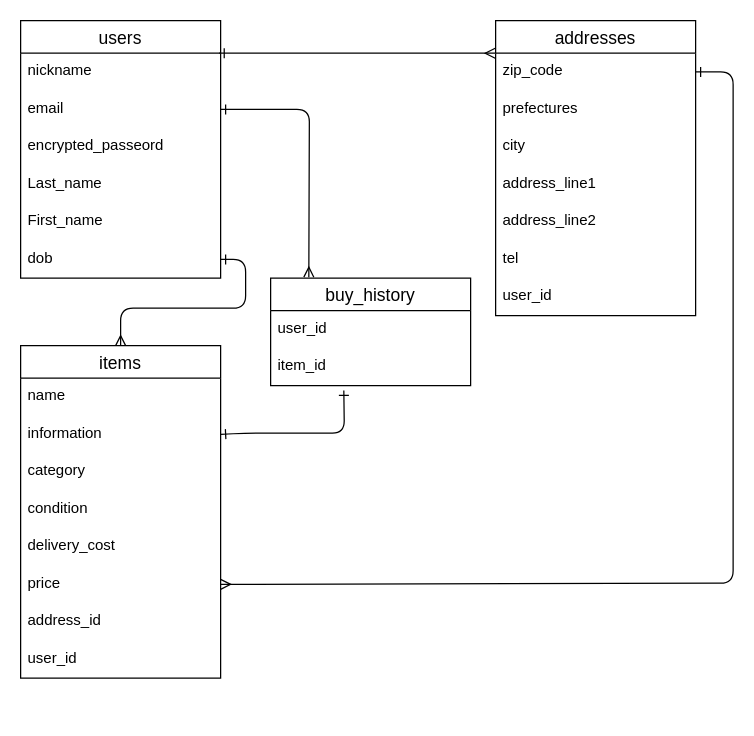
The draw.io diagram furima.dio in komachihashimoto/furima-_39946, before the edit. Source tidied: cells renumbered, new cells numbered last; positions are measured from the earlier drawing's top-left corner, leaving out a move shared by most shapes. Both pictures are drawn from the tidied source at 125%, with x=0, y=0 at pixel (20, 20).
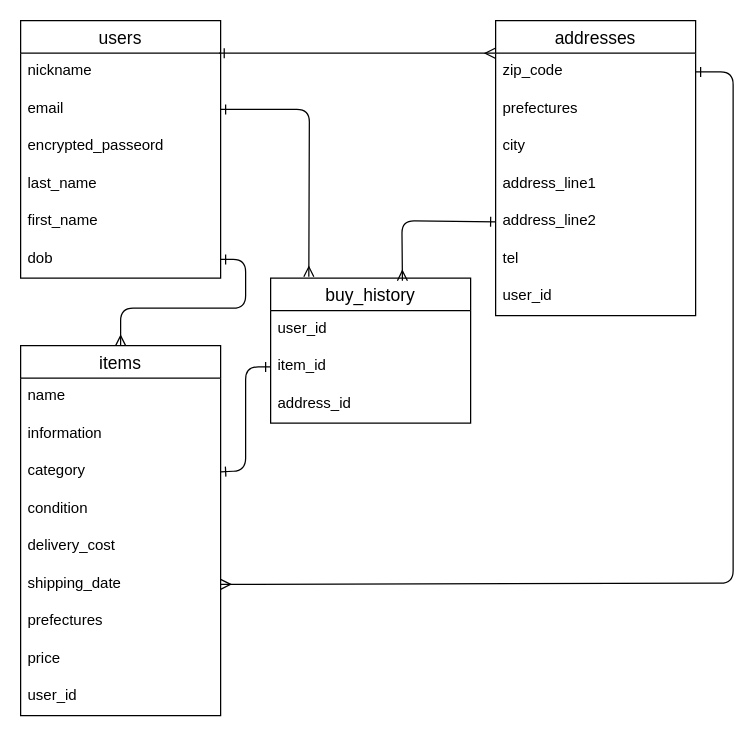
Above is the later version.

Commit message (it also covers changes not shown here):
db設計の修正2

Unchanged cells that the change refers to:
```xml
<mxCell id="2" value="users" style="swimlane;fontStyle=0;horizontal=1;startSize=26;align=center;fontSize=14;" parent="1" vertex="1">
  <mxGeometry width="160" height="206" as="geometry" />
</mxCell>
<mxCell id="11" value="information" style="text;strokeColor=none;fillColor=none;spacingLeft=4;spacingRight=4;overflow=hidden;points=[[0,0.5],[1,0.5]];portConstraint=eastwest;fontSize=12;" parent="9" vertex="1">
  <mxGeometry y="56" width="160" height="30" as="geometry" />
</mxCell>
<mxCell id="12" value="category" style="text;strokeColor=none;fillColor=none;spacingLeft=4;spacingRight=4;overflow=hidden;points=[[0,0.5],[1,0.5]];portConstraint=eastwest;fontSize=12;" parent="9" vertex="1">
  <mxGeometry y="86" width="160" height="30" as="geometry" />
</mxCell>
<mxCell id="20" value="item_id" style="text;strokeColor=none;fillColor=none;spacingLeft=4;spacingRight=4;overflow=hidden;points=[[0,0.5],[1,0.5]];portConstraint=eastwest;fontSize=12;" parent="18" vertex="1">
  <mxGeometry y="56" width="160" height="30" as="geometry" />
</mxCell>
<mxCell id="22" value="zip_code" style="text;strokeColor=none;fillColor=none;spacingLeft=4;spacingRight=4;overflow=hidden;points=[[0,0.5],[1,0.5]];portConstraint=eastwest;fontSize=12;" parent="21" vertex="1">
  <mxGeometry y="26" width="160" height="30" as="geometry" />
</mxCell>
<mxCell id="26" value="address_line2" style="text;strokeColor=none;fillColor=none;spacingLeft=4;spacingRight=4;overflow=hidden;points=[[0,0.5],[1,0.5]];portConstraint=eastwest;fontSize=12;" parent="21" vertex="1">
  <mxGeometry y="146" width="160" height="30" as="geometry" />
</mxCell>
```

Change to the diagram source:
```diff
@@
-    <mxCell id="6" value="Last_name" style="text;strokeColor=none;fillColor=none;spacingLeft=4;spacingRight=4;overflow=hidden;fontSize=12;" parent="2" vertex="1">
+    <mxCell id="6" value="last_name" style="text;strokeColor=none;fillColor=none;spacingLeft=4;spacingRight=4;overflow=hidden;fontSize=12;" parent="2" vertex="1">
       <mxGeometry y="116" width="160" height="30" as="geometry" />
     </mxCell>
-    <mxCell id="7" value="First_name" style="text;strokeColor=none;fillColor=none;spacingLeft=4;spacingRight=4;overflow=hidden;fontSize=12;" parent="2" vertex="1">
+    <mxCell id="7" value="first_name" style="text;strokeColor=none;fillColor=none;spacingLeft=4;spacingRight=4;overflow=hidden;fontSize=12;" parent="2" vertex="1">
       <mxGeometry y="146" width="160" height="30" as="geometry" />
     </mxCell>
@@
     <mxCell id="9" value="items" style="swimlane;fontStyle=0;horizontal=1;startSize=26;align=center;fontSize=14;" parent="1" vertex="1">
-      <mxGeometry y="260" width="160" height="266" as="geometry" />
+      <mxGeometry y="260" width="160" height="296" as="geometry" />
     </mxCell>
@@
+    <mxCell id="34" value="shipping_date" style="text;strokeColor=none;fillColor=none;spacingLeft=4;spacingRight=4;overflow=hidden;points=[[0,0.5],[1,0.5]];portConstraint=eastwest;fontSize=12;" parent="9" vertex="1">
+      <mxGeometry y="176" width="160" height="30" as="geometry" />
+    </mxCell>
+    <mxCell id="35" value="prefectures" style="text;strokeColor=none;fillColor=none;spacingLeft=4;spacingRight=4;overflow=hidden;fontSize=12;" parent="9" vertex="1">
+      <mxGeometry y="206" width="160" height="30" as="geometry" />
+    </mxCell>
     <mxCell id="15" value="price" style="text;strokeColor=none;fillColor=none;spacingLeft=4;spacingRight=4;overflow=hidden;points=[[0,0.5],[1,0.5]];portConstraint=eastwest;fontSize=12;" parent="9" vertex="1">
-      <mxGeometry y="176" width="160" height="30" as="geometry" />
+      <mxGeometry y="236" width="160" height="30" as="geometry" />
     </mxCell>
-    <mxCell id="16" value="address_id" style="text;strokeColor=none;fillColor=none;spacingLeft=4;spacingRight=4;overflow=hidden;fontSize=12;" parent="9" vertex="1">
-      <mxGeometry y="206" width="160" height="30" as="geometry" />
-    </mxCell>
     <mxCell id="17" value="user_id" style="text;strokeColor=none;fillColor=none;spacingLeft=4;spacingRight=4;overflow=hidden;fontSize=12;" parent="9" vertex="1">
-      <mxGeometry y="236" width="160" height="30" as="geometry" />
+      <mxGeometry y="266" width="160" height="30" as="geometry" />
     </mxCell>
     <mxCell id="18" value="buy_history" style="swimlane;fontStyle=0;horizontal=1;startSize=26;align=center;fontSize=14;" parent="1" vertex="1">
-      <mxGeometry x="200" y="206" width="160" height="86" as="geometry" />
+      <mxGeometry x="200" y="206" width="160" height="116" as="geometry" />
     </mxCell>
@@
+    <mxCell id="16" value="address_id" style="text;strokeColor=none;fillColor=none;spacingLeft=4;spacingRight=4;overflow=hidden;fontSize=12;" parent="18" vertex="1">
+      <mxGeometry y="86" width="160" height="30" as="geometry" />
+    </mxCell>
@@
-    <mxCell id="30" style="edgeStyle=none;html=1;exitX=1;exitY=0.5;exitDx=0;exitDy=0;startArrow=ERone;startFill=0;endArrow=ERone;endFill=0;entryX=0.366;entryY=1.128;entryDx=0;entryDy=0;entryPerimeter=0;" parent="1" edge="1" source="11" target="20">
-      <mxGeometry relative="1" as="geometry">
-        <Array as="points">
-          <mxPoint x="180" y="330" />
-          <mxPoint x="230" y="330" />
-          <mxPoint x="259" y="330" />
-        </Array>
-      </mxGeometry>
-    </mxCell>
@@
-    <mxCell id="32" style="edgeStyle=none;html=1;exitX=1;exitY=0.5;exitDx=0;exitDy=0;entryX=1;entryY=0.5;entryDx=0;entryDy=0;startArrow=ERone;startFill=0;endArrow=ERmany;endFill=0;" parent="1" edge="1" source="22" target="15">
+    <mxCell id="32" style="edgeStyle=none;html=1;exitX=1;exitY=0.5;exitDx=0;exitDy=0;entryX=1;entryY=0.5;entryDx=0;entryDy=0;startArrow=ERone;startFill=0;endArrow=ERmany;endFill=0;" parent="1" edge="1" source="22" target="34">
       <mxGeometry relative="1" as="geometry">
         <Array as="points">
           <mxPoint x="570" y="41" />
           <mxPoint x="570" y="450" />
         </Array>
       </mxGeometry>
     </mxCell>
@@
+    <mxCell id="36" style="edgeStyle=none;html=1;exitX=0;exitY=0.5;exitDx=0;exitDy=0;entryX=0.659;entryY=0.018;entryDx=0;entryDy=0;entryPerimeter=0;startArrow=ERone;startFill=0;endArrow=ERmany;endFill=0;" parent="1" edge="1" source="26" target="18">
+      <mxGeometry relative="1" as="geometry">
+        <Array as="points">
+          <mxPoint x="305" y="160" />
+        </Array>
+      </mxGeometry>
+    </mxCell>
+    <mxCell id="37" style="edgeStyle=none;html=1;exitX=1;exitY=0.5;exitDx=0;exitDy=0;entryX=0;entryY=0.5;entryDx=0;entryDy=0;startArrow=ERone;startFill=0;endArrow=ERone;endFill=0;" parent="1" edge="1" source="12" target="20">
+      <mxGeometry relative="1" as="geometry">
+        <Array as="points">
+          <mxPoint x="180" y="360" />
+          <mxPoint x="180" y="277" />
+        </Array>
+      </mxGeometry>
+    </mxCell>
```
